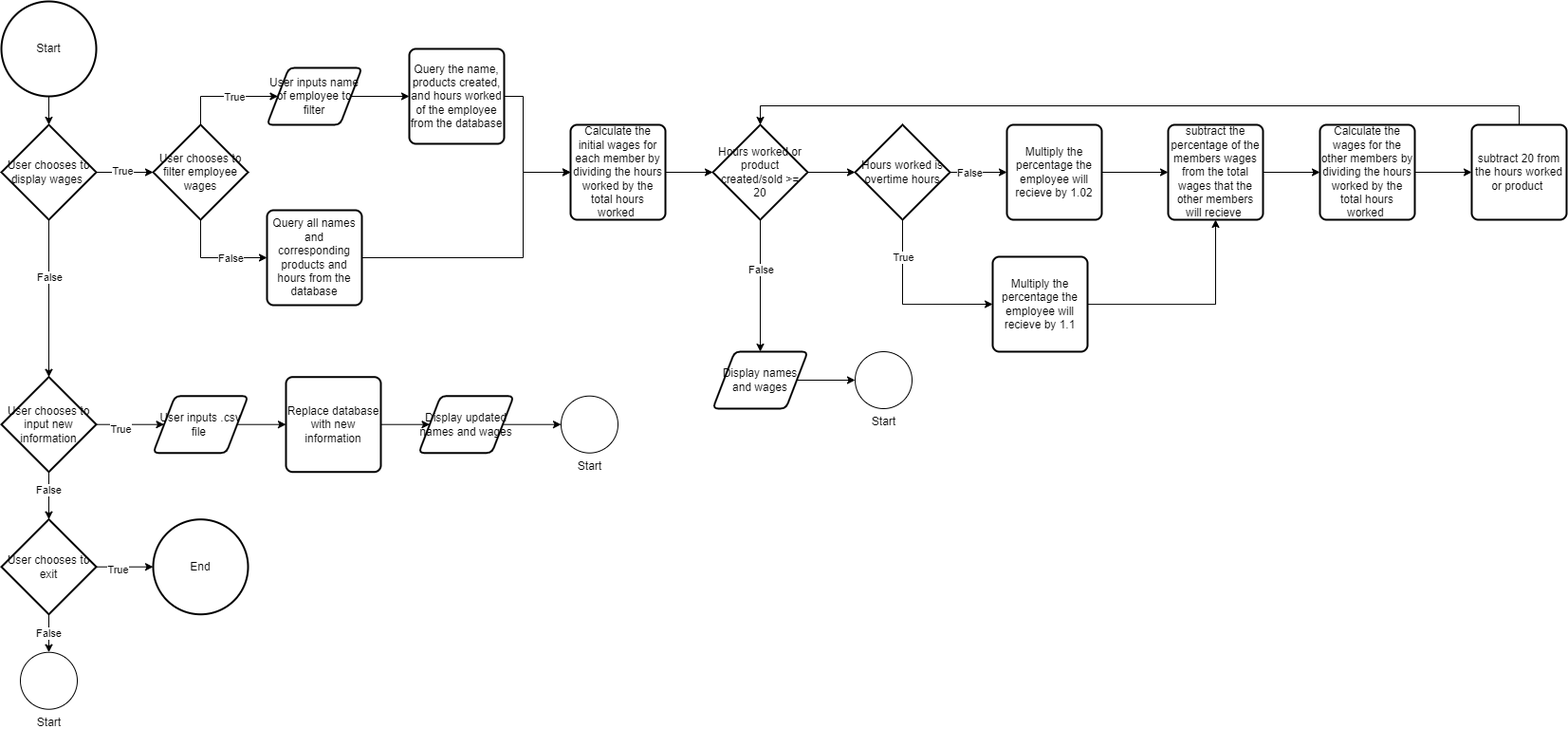
Before: Wage Calculator Flowchart.drawio.png, a diagram exported from draw.io (mimimelonxxxx/CSE2190-Easy). Source tidied: cells renumbered, new cells last; positions are measured from the earlier drawing's top-left corner, leaving out a move shared by most shapes.
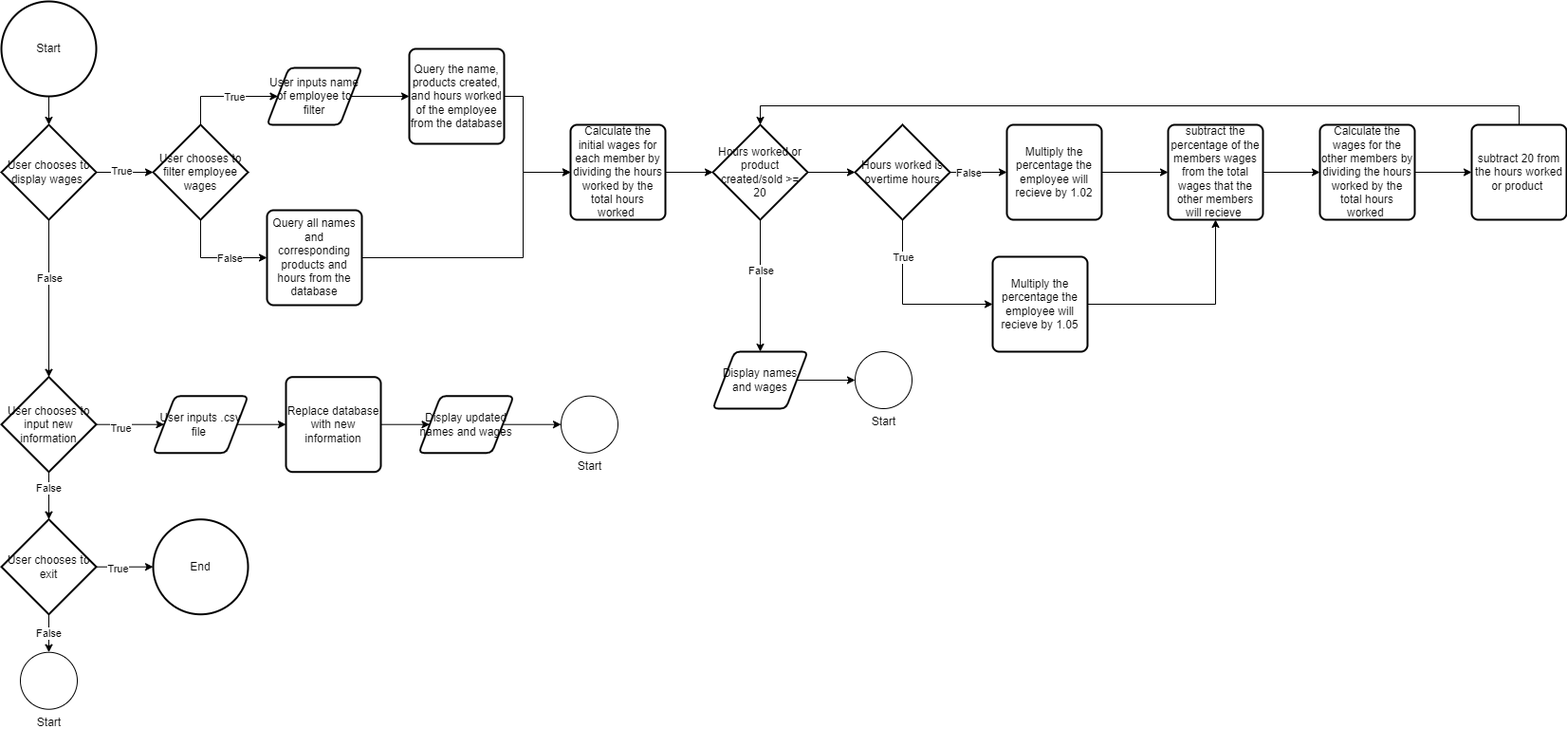
After the commit.

Diff of the diagram source:
```diff
@@ -216,7 +216,7 @@
     <mxCell id="58" style="edgeStyle=orthogonalEdgeStyle;rounded=0;jettySize=auto;html=1;entryX=0.5;entryY=1;entryDx=0;entryDy=0;" parent="1" edge="1" source="59" target="50">
       <mxGeometry relative="1" as="geometry" />
     </mxCell>
-    <mxCell id="59" value="Multiply the percentage the employee will recieve by 1.1" style="rounded=1;whiteSpace=wrap;html=1;absoluteArcSize=1;arcSize=14;strokeWidth=2;" parent="1" vertex="1">
+    <mxCell id="59" value="Multiply the percentage the employee will recieve by 1.05" style="rounded=1;whiteSpace=wrap;html=1;absoluteArcSize=1;arcSize=14;strokeWidth=2;" parent="1" vertex="1">
       <mxGeometry x="1045" y="269" width="100" height="100" as="geometry" />
     </mxCell>
     <mxCell id="60" style="edgeStyle=orthogonalEdgeStyle;rounded=0;jettySize=auto;html=1;" parent="1" edge="1" source="61" target="52">
```
